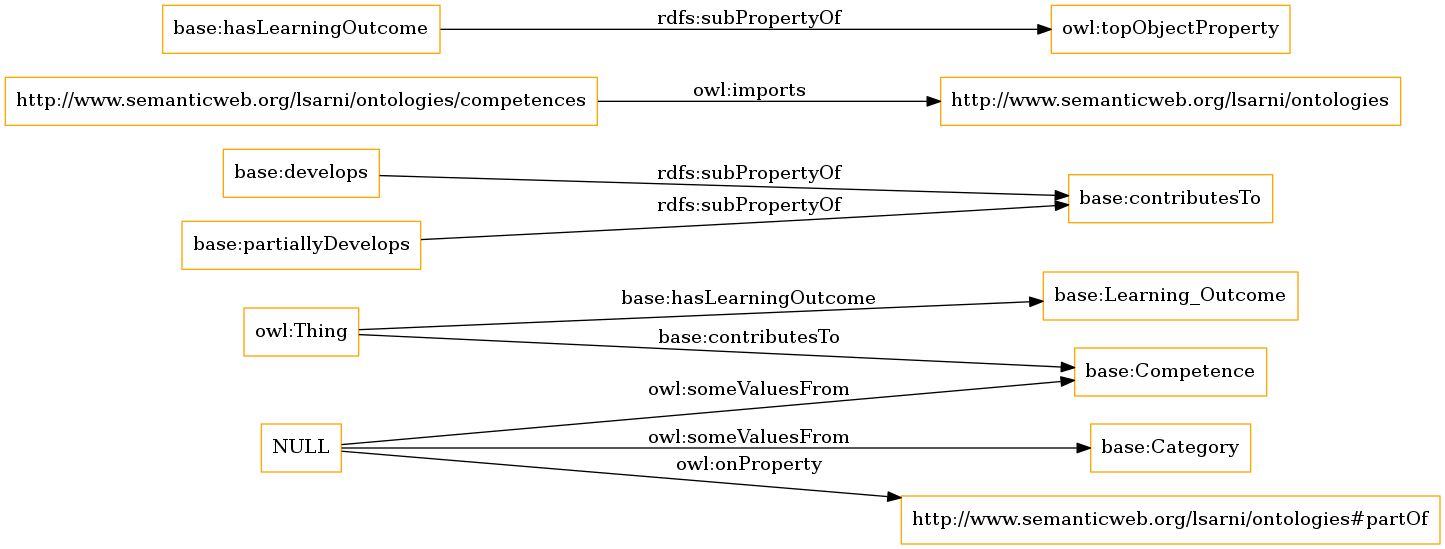
Earlier version of the Graphviz export OnToology/competences.owl/diagrams/ar2dtool-class/competences.owl.png (lsarni/OntoCIS). Its source is kept beside it as OnToology/competences.owl/diagrams/ar2dtool-class/competences.owl.png.dot.
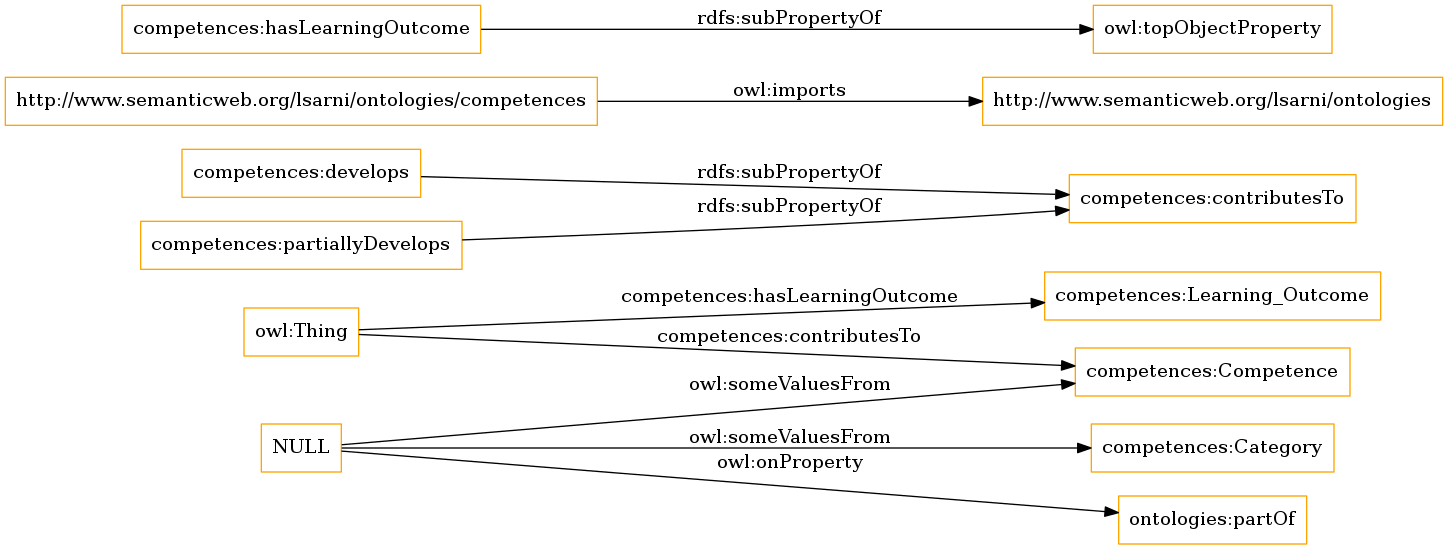
Above is the later version.

Diff of the diagram source:
```diff
@@ -1,15 +1,15 @@
 digraph ar2dtool_diagram {
 rankdir=LR;
 size="1501"
-node [shape = rectangle, color="orange"]; "base:Learning_Outcome" "base:Competence" "base:Category" ; /*classes style*/
-	"base:develops" -> "base:contributesTo" [ label = "rdfs:subPropertyOf" ];
-	"base:partiallyDevelops" -> "base:contributesTo" [ label = "rdfs:subPropertyOf" ];
+node [shape = rectangle, color="orange"]; "competences:Learning_Outcome" "competences:Competence" "competences:Category" ; /*classes style*/
+	"competences:develops" -> "competences:contributesTo" [ label = "rdfs:subPropertyOf" ];
+	"competences:partiallyDevelops" -> "competences:contributesTo" [ label = "rdfs:subPropertyOf" ];
 	"http://www.semanticweb.org/lsarni/ontologies/competences" -> "http://www.semanticweb.org/lsarni/ontologies" [ label = "owl:imports" ];
-	"NULL" -> "base:Category" [ label = "owl:someValuesFrom" ];
-	"NULL" -> "base:Competence" [ label = "owl:someValuesFrom" ];
-	"NULL" -> "http://www.semanticweb.org/lsarni/ontologies#partOf" [ label = "owl:onProperty" ];
-	"base:hasLearningOutcome" -> "owl:topObjectProperty" [ label = "rdfs:subPropertyOf" ];
-	"owl:Thing" -> "base:Competence" [ label = "base:contributesTo" ];
-	"owl:Thing" -> "base:Learning_Outcome" [ label = "base:hasLearningOutcome" ];
+	"NULL" -> "competences:Competence" [ label = "owl:someValuesFrom" ];
+	"NULL" -> "competences:Category" [ label = "owl:someValuesFrom" ];
+	"NULL" -> "ontologies:partOf" [ label = "owl:onProperty" ];
+	"competences:hasLearningOutcome" -> "owl:topObjectProperty" [ label = "rdfs:subPropertyOf" ];
+	"owl:Thing" -> "competences:Competence" [ label = "competences:contributesTo" ];
+	"owl:Thing" -> "competences:Learning_Outcome" [ label = "competences:hasLearningOutcome" ];
 
 }
```
